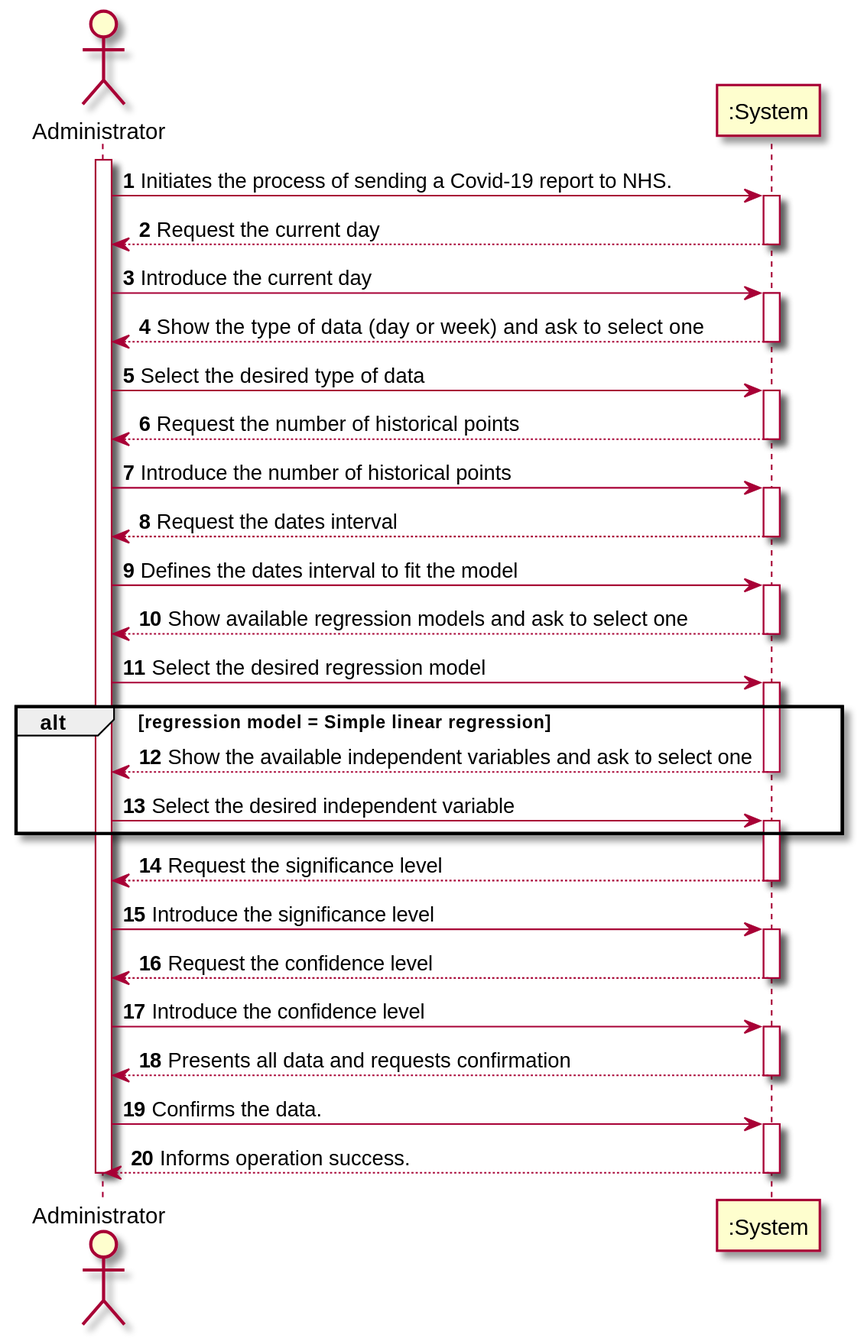
Earlier version of the PlantUML export docs/SprintD/US18/US18_SSD.svg (manu-07-ela/LAPR2_ISEP).
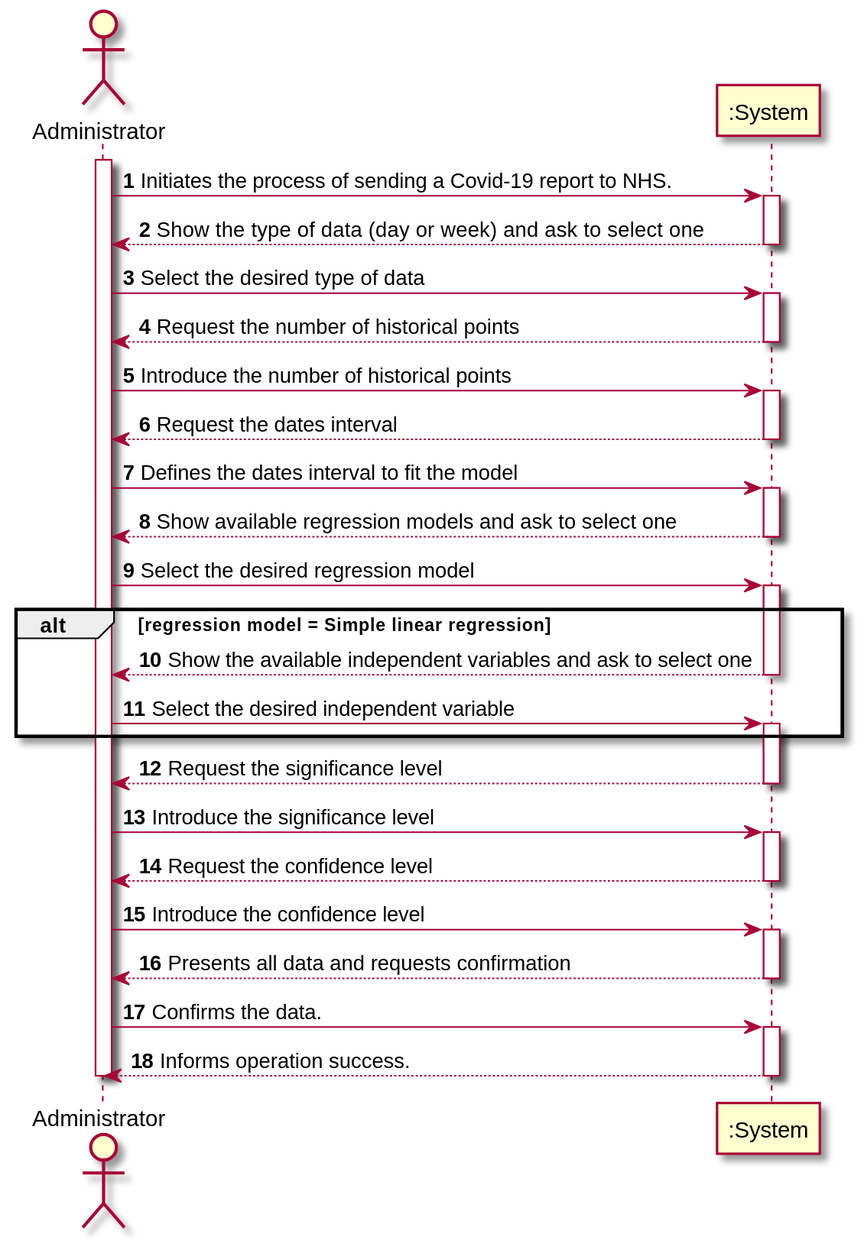
Later version of the same file.

Change to the diagram source:
```diff
@@ -5,11 +5,7 @@
 activate Admin
 Admin -> ":System" : Initiates the process of sending a Covid-19 report to NHS.
 activate ":System"
-":System" --> Admin : Request the current day
-deactivate ":System"
 
-Admin -> ":System" : Introduce the current day
-activate ":System"
 ":System" --> Admin : Show the type of data (day or week)  and ask to select one
 deactivate ":System"
 
```
